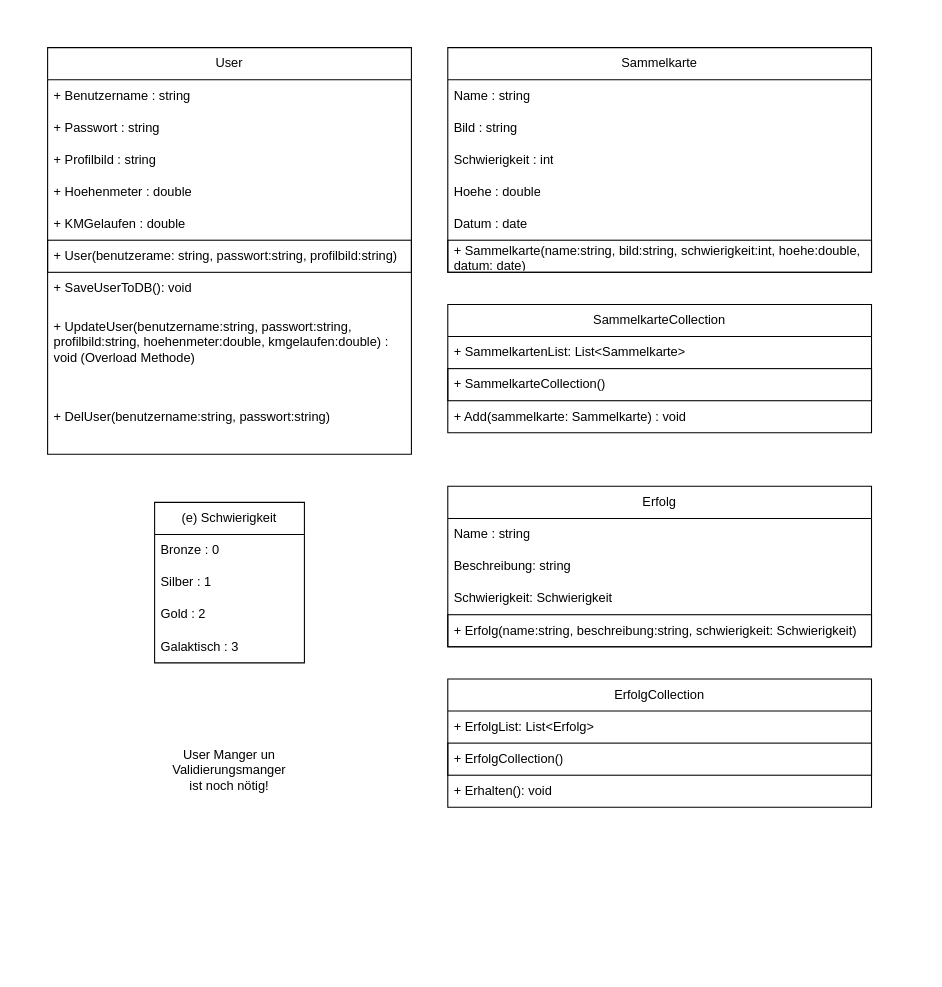
Earlier version of the draw.io diagram doc/Klassendiagramm.drawio (BlJanosch/Hermes). Source tidied: cells renumbered, new cells numbered last; positions are measured from the earlier drawing's top-left corner, leaving out a move shared by most shapes. Both pictures are drawn from the tidied source at 107%, with x=0, y=0 at pixel (47, 47).
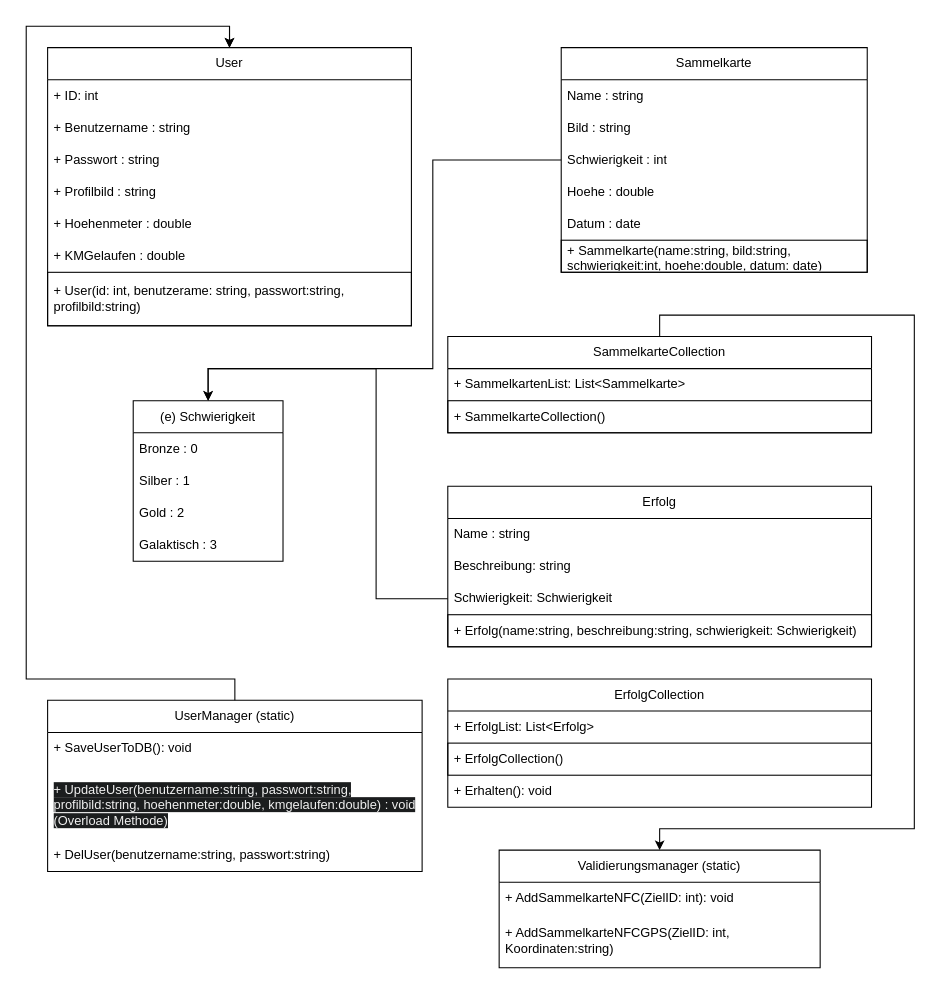
After the change.

Commit message (it also covers changes not shown here):
Updated Klassendiagramm & ERM/RM

The change refers to these unchanged cells:
```xml
<mxCell id="26" value="Schwierigkeit: Schwierigkeit" style="text;strokeColor=none;fillColor=none;align=left;verticalAlign=middle;spacingLeft=4;spacingRight=4;overflow=hidden;points=[[0,0.5],[1,0.5]];portConstraint=eastwest;whiteSpace=wrap;html=1;" parent="23" vertex="1">
  <mxGeometry y="90" width="396" height="30" as="geometry" />
</mxCell>
```

The edit, as a diff of the source:
```diff
@@
     <mxCell id="2" value="User" style="swimlane;fontStyle=0;horizontal=1;startSize=30;whiteSpace=wrap;html=1;" parent="1" vertex="1">
-      <mxGeometry width="340" height="380" as="geometry" />
+      <mxGeometry width="340" height="260" as="geometry" />
     </mxCell>
+    <mxCell id="38" value="+ ID: int" style="text;strokeColor=none;fillColor=none;align=left;verticalAlign=middle;spacingLeft=4;spacingRight=4;overflow=hidden;whiteSpace=wrap;html=1;" parent="2" vertex="1">
+      <mxGeometry y="30" width="340" height="30" as="geometry" />
+    </mxCell>
     <mxCell id="3" value="+ Benutzername : string" style="text;strokeColor=none;fillColor=none;align=left;verticalAlign=middle;spacingLeft=4;spacingRight=4;overflow=hidden;whiteSpace=wrap;html=1;" parent="2" vertex="1">
-      <mxGeometry y="30" width="340" height="30" as="geometry" />
+      <mxGeometry y="60" width="340" height="30" as="geometry" />
     </mxCell>
     <mxCell id="4" value="+ Passwort : string" style="text;strokeColor=none;fillColor=none;align=left;verticalAlign=middle;spacingLeft=4;spacingRight=4;overflow=hidden;whiteSpace=wrap;html=1;" parent="2" vertex="1">
-      <mxGeometry y="60" width="340" height="30" as="geometry" />
+      <mxGeometry y="90" width="340" height="30" as="geometry" />
     </mxCell>
     <mxCell id="5" value="+ Profilbild : string" style="text;strokeColor=none;fillColor=none;align=left;verticalAlign=middle;spacingLeft=4;spacingRight=4;overflow=hidden;whiteSpace=wrap;html=1;" parent="2" vertex="1">
-      <mxGeometry y="90" width="340" height="30" as="geometry" />
+      <mxGeometry y="120" width="340" height="30" as="geometry" />
     </mxCell>
     <mxCell id="6" value="+ Hoehenmeter : double" style="text;strokeColor=none;fillColor=none;align=left;verticalAlign=middle;spacingLeft=4;spacingRight=4;overflow=hidden;whiteSpace=wrap;html=1;" parent="2" vertex="1">
-      <mxGeometry y="120" width="340" height="30" as="geometry" />
+      <mxGeometry y="150" width="340" height="30" as="geometry" />
     </mxCell>
     <mxCell id="7" value="+ KMGelaufen : double" style="text;strokeColor=none;fillColor=none;align=left;verticalAlign=middle;spacingLeft=4;spacingRight=4;overflow=hidden;whiteSpace=wrap;html=1;" parent="2" vertex="1">
-      <mxGeometry y="150" width="340" height="30" as="geometry" />
+      <mxGeometry y="180" width="340" height="30" as="geometry" />
     </mxCell>
-    <mxCell id="8" value="+ User(benutzerame: string, passwort:string, profilbild:string)" style="text;strokeColor=default;fillColor=none;align=left;verticalAlign=middle;spacingLeft=4;spacingRight=4;overflow=hidden;whiteSpace=wrap;html=1;" parent="2" vertex="1">
-      <mxGeometry y="180" width="340" height="30" as="geometry" />
+    <mxCell id="8" value="+ User(id: int, benutzerame: string, passwort:string, profilbild:string)" style="text;strokeColor=default;fillColor=none;align=left;verticalAlign=middle;spacingLeft=4;spacingRight=4;overflow=hidden;whiteSpace=wrap;html=1;" parent="2" vertex="1">
+      <mxGeometry y="210" width="340" height="50" as="geometry" />
     </mxCell>
-    <mxCell id="9" value="+ SaveUserToDB(): void" style="text;strokeColor=none;fillColor=none;align=left;verticalAlign=middle;spacingLeft=4;spacingRight=4;overflow=hidden;whiteSpace=wrap;html=1;" parent="2" vertex="1">
-      <mxGeometry y="210" width="340" height="30" as="geometry" />
-    </mxCell>
-    <mxCell id="10" value="+ UpdateUser(benutzername:string, passwort:string, profilbild:string, hoehenmeter:double, kmgelaufen:double) : void (Overload Methode)" style="text;strokeColor=none;fillColor=none;align=left;verticalAlign=middle;spacingLeft=4;spacingRight=4;overflow=hidden;whiteSpace=wrap;html=1;" parent="2" vertex="1">
-      <mxGeometry y="240" width="340" height="70" as="geometry" />
-    </mxCell>
-    <mxCell id="11" value="+ DelUser(benutzername:string, passwort:string)" style="text;strokeColor=none;fillColor=none;align=left;verticalAlign=middle;spacingLeft=4;spacingRight=4;overflow=hidden;whiteSpace=wrap;html=1;" parent="2" vertex="1">
-      <mxGeometry y="310" width="340" height="70" as="geometry" />
-    </mxCell>
+    <mxCell id="39" style="edgeStyle=orthogonalEdgeStyle;rounded=0;jettySize=auto;html=1;entryX=0.5;entryY=0;entryDx=0;entryDy=0;" parent="2" edge="1" target="2">
+      <mxGeometry relative="1" as="geometry">
+        <mxPoint x="170" as="sourcePoint" />
+        <Array as="points">
+          <mxPoint x="170" y="-20" />
+        </Array>
+      </mxGeometry>
+    </mxCell>
     <mxCell id="12" value="Sammelkarte" style="swimlane;fontStyle=0;horizontal=1;startSize=30;whiteSpace=wrap;html=1;" parent="1" vertex="1">
-      <mxGeometry x="374" width="396" height="210" as="geometry" />
+      <mxGeometry x="480" width="286" height="210" as="geometry" />
     </mxCell>
     <mxCell id="13" value="Name : string" style="text;strokeColor=none;fillColor=none;align=left;verticalAlign=middle;spacingLeft=4;spacingRight=4;overflow=hidden;whiteSpace=wrap;html=1;" parent="12" vertex="1">
-      <mxGeometry y="30" width="396" height="30" as="geometry" />
+      <mxGeometry y="30" width="286" height="30" as="geometry" />
     </mxCell>
     <mxCell id="14" value="Bild : string" style="text;strokeColor=none;fillColor=none;align=left;verticalAlign=middle;spacingLeft=4;spacingRight=4;overflow=hidden;whiteSpace=wrap;html=1;" parent="12" vertex="1">
-      <mxGeometry y="60" width="396" height="30" as="geometry" />
+      <mxGeometry y="60" width="286" height="30" as="geometry" />
     </mxCell>
     <mxCell id="15" value="Schwierigkeit : int" style="text;strokeColor=none;fillColor=none;align=left;verticalAlign=middle;spacingLeft=4;spacingRight=4;overflow=hidden;points=[[0,0.5],[1,0.5]];portConstraint=eastwest;whiteSpace=wrap;html=1;" parent="12" vertex="1">
-      <mxGeometry y="90" width="396" height="30" as="geometry" />
+      <mxGeometry y="90" width="286" height="30" as="geometry" />
     </mxCell>
     <mxCell id="16" value="Hoehe : double" style="text;strokeColor=none;fillColor=none;align=left;verticalAlign=middle;spacingLeft=4;spacingRight=4;overflow=hidden;whiteSpace=wrap;html=1;" parent="12" vertex="1">
-      <mxGeometry y="120" width="396" height="30" as="geometry" />
+      <mxGeometry y="120" width="286" height="30" as="geometry" />
     </mxCell>
     <mxCell id="17" value="Datum : date" style="text;strokeColor=none;fillColor=none;align=left;verticalAlign=middle;spacingLeft=4;spacingRight=4;overflow=hidden;whiteSpace=wrap;html=1;" parent="12" vertex="1">
-      <mxGeometry y="150" width="396" height="30" as="geometry" />
+      <mxGeometry y="150" width="286" height="30" as="geometry" />
     </mxCell>
     <mxCell id="18" value="+ Sammelkarte(name:string, bild:string, schwierigkeit:int, hoehe:double, datum: date)" style="text;strokeColor=default;fillColor=none;align=left;verticalAlign=middle;spacingLeft=4;spacingRight=4;overflow=hidden;whiteSpace=wrap;html=1;" parent="12" vertex="1">
-      <mxGeometry y="180" width="396" height="30" as="geometry" />
+      <mxGeometry y="180" width="286" height="30" as="geometry" />
     </mxCell>
+    <mxCell id="40" style="edgeStyle=orthogonalEdgeStyle;rounded=0;jettySize=auto;html=1;exitX=0.5;exitY=0;exitDx=0;exitDy=0;entryX=0.5;entryY=0;entryDx=0;entryDy=0;" parent="1" edge="1" source="19" target="45">
+      <mxGeometry relative="1" as="geometry">
+        <Array as="points">
+          <mxPoint x="572" y="250" />
+          <mxPoint x="810" y="250" />
+          <mxPoint x="810" y="730" />
+          <mxPoint x="572" y="730" />
+        </Array>
+      </mxGeometry>
+    </mxCell>
     <mxCell id="19" value="SammelkarteCollection" style="swimlane;fontStyle=0;horizontal=1;startSize=30;whiteSpace=wrap;html=1;" parent="1" vertex="1">
-      <mxGeometry x="374" y="240" width="396" height="120" as="geometry" />
+      <mxGeometry x="374" y="270" width="396" height="90" as="geometry" />
     </mxCell>
@@
-    <mxCell id="22" value="+ Add(sammelkarte: Sammelkarte) : void" style="text;strokeColor=none;fillColor=none;align=left;verticalAlign=middle;spacingLeft=4;spacingRight=4;overflow=hidden;whiteSpace=wrap;html=1;" parent="19" vertex="1">
-      <mxGeometry y="90" width="396" height="30" as="geometry" />
-    </mxCell>
@@
     <mxCell id="32" value="(e) Schwierigkeit" style="swimlane;fontStyle=0;horizontal=1;startSize=30;whiteSpace=wrap;html=1;" parent="1" vertex="1">
-      <mxGeometry x="100" y="425" width="140" height="150" as="geometry" />
+      <mxGeometry x="80" y="330" width="140" height="150" as="geometry" />
     </mxCell>
@@
-    <mxCell id="37" value="User Manger un Validierungsmanger ist noch nötig!" style="text;html=1;align=center;verticalAlign=middle;whiteSpace=wrap;rounded=0;" parent="1" vertex="1">
-      <mxGeometry x="140" y="660" width="60" height="30" as="geometry" />
-    </mxCell>
+    <mxCell id="41" value="UserManager (static)" style="swimlane;fontStyle=0;horizontal=1;startSize=30;whiteSpace=wrap;html=1;" parent="1" vertex="1">
+      <mxGeometry y="610" width="350" height="160" as="geometry" />
+    </mxCell>
+    <mxCell id="9" value="+ SaveUserToDB(): void" style="text;strokeColor=none;fillColor=none;align=left;verticalAlign=middle;spacingLeft=4;spacingRight=4;overflow=hidden;whiteSpace=wrap;html=1;" parent="41" vertex="1">
+      <mxGeometry y="30" width="350" height="30" as="geometry" />
+    </mxCell>
+    <mxCell id="10" value="&#10;&lt;span style=&quot;color: rgb(240, 240, 240); font-family: Helvetica; font-size: 12px; font-style: normal; font-variant-ligatures: normal; font-variant-caps: normal; font-weight: 400; letter-spacing: normal; orphans: 2; text-align: left; text-indent: 0px; text-transform: none; widows: 2; word-spacing: 0px; -webkit-text-stroke-width: 0px; white-space: normal; background-color: rgb(27, 29, 30); text-decoration-thickness: initial; text-decoration-style: initial; text-decoration-color: initial; display: inline !important; float: none;&quot;&gt;+ UpdateUser(benutzername:string, passwort:string, profilbild:string, hoehenmeter:double, kmgelaufen:double) : void (Overload Methode)&lt;/span&gt;&#10;&#10;" style="text;strokeColor=none;fillColor=none;align=left;verticalAlign=middle;spacingLeft=4;spacingRight=4;overflow=hidden;whiteSpace=wrap;html=1;" parent="41" vertex="1">
+      <mxGeometry y="60" width="350" height="70" as="geometry" />
+    </mxCell>
+    <mxCell id="11" value="+ DelUser(benutzername:string, passwort:string)" style="text;strokeColor=none;fillColor=none;align=left;verticalAlign=middle;spacingLeft=4;spacingRight=4;overflow=hidden;whiteSpace=wrap;html=1;" parent="41" vertex="1">
+      <mxGeometry y="130" width="350" height="30" as="geometry" />
+    </mxCell>
+    <mxCell id="42" style="edgeStyle=orthogonalEdgeStyle;rounded=0;jettySize=auto;html=1;exitX=0;exitY=0.5;exitDx=0;exitDy=0;entryX=0.5;entryY=0;entryDx=0;entryDy=0;" parent="1" edge="1" source="15" target="32">
+      <mxGeometry relative="1" as="geometry">
+        <Array as="points">
+          <mxPoint x="360" y="105" />
+          <mxPoint x="360" y="300" />
+          <mxPoint x="150" y="300" />
+        </Array>
+      </mxGeometry>
+    </mxCell>
+    <mxCell id="43" style="edgeStyle=orthogonalEdgeStyle;rounded=0;jettySize=auto;html=1;exitX=0;exitY=0.5;exitDx=0;exitDy=0;entryX=0.5;entryY=0;entryDx=0;entryDy=0;" parent="1" edge="1" source="26" target="32">
+      <mxGeometry relative="1" as="geometry">
+        <Array as="points">
+          <mxPoint x="307" y="515" />
+          <mxPoint x="307" y="300" />
+          <mxPoint x="150" y="300" />
+        </Array>
+      </mxGeometry>
+    </mxCell>
+    <mxCell id="44" style="edgeStyle=orthogonalEdgeStyle;rounded=0;jettySize=auto;html=1;exitX=0.5;exitY=0;exitDx=0;exitDy=0;" parent="1" edge="1" source="41">
+      <mxGeometry relative="1" as="geometry">
+        <mxPoint x="170" as="targetPoint" />
+        <Array as="points">
+          <mxPoint x="175" y="590" />
+          <mxPoint x="-20" y="590" />
+          <mxPoint x="-20" y="-20" />
+        </Array>
+      </mxGeometry>
+    </mxCell>
+    <mxCell id="45" value="Validierungsmanager (static)" style="swimlane;fontStyle=0;horizontal=1;startSize=30;whiteSpace=wrap;html=1;" parent="1" vertex="1">
+      <mxGeometry x="422" y="750" width="300" height="110" as="geometry" />
+    </mxCell>
+    <mxCell id="46" value="+ AddSammelkarteNFC(ZielID: int): void" style="text;strokeColor=none;fillColor=none;align=left;verticalAlign=middle;spacingLeft=4;spacingRight=4;overflow=hidden;whiteSpace=wrap;html=1;" parent="45" vertex="1">
+      <mxGeometry y="30" width="300" height="30" as="geometry" />
+    </mxCell>
+    <mxCell id="47" value="+ AddSammelkarteNFCGPS(ZielID: int, Koordinaten:string)" style="text;strokeColor=none;fillColor=none;align=left;verticalAlign=middle;spacingLeft=4;spacingRight=4;overflow=hidden;whiteSpace=wrap;html=1;" parent="45" vertex="1">
+      <mxGeometry y="60" width="300" height="50" as="geometry" />
+    </mxCell>
```
